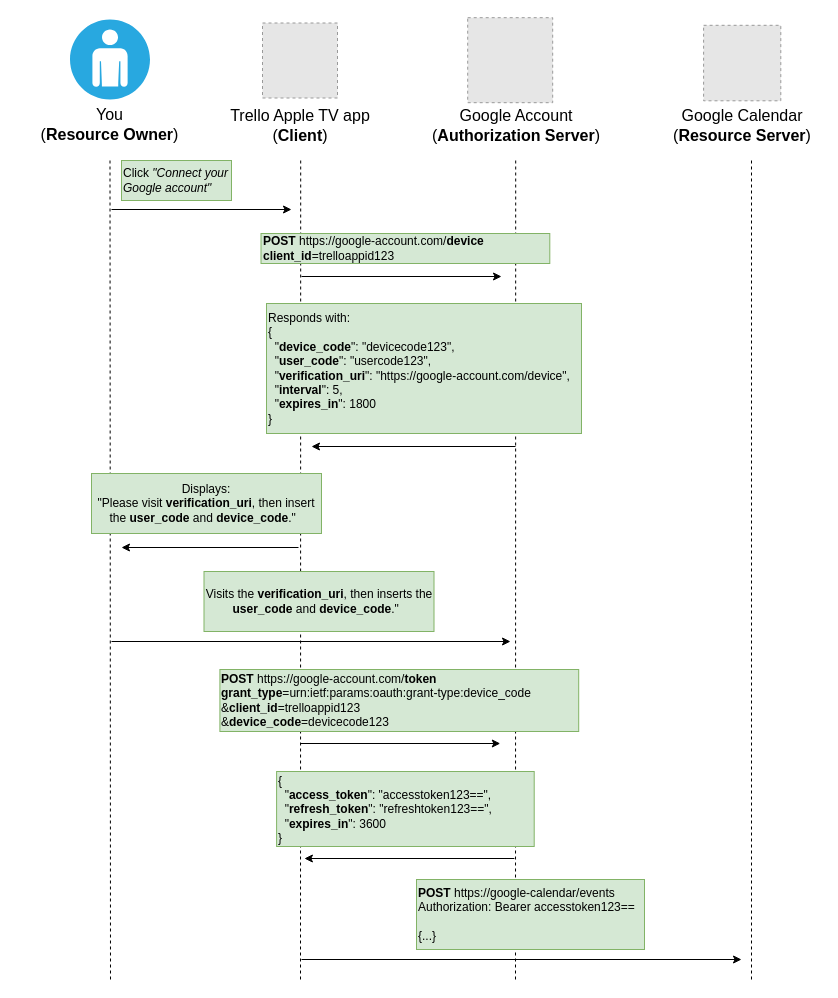
Above: page "Device authorization" (6 of 12) of notes/oauth2-and-openid-connect/diagrams/oauth2.drawio in labarilem/notes (draw.io), before the change. Source tidied: cells renumbered, new cells numbered last; positions are measured from the earlier drawing's top-left corner, leaving out a move shared by most shapes. Both pictures are drawn from the tidied source at 100%, with x=0, y=0 at pixel (17, 17). Pictures stored in the file or linked from it are replaced by grey dashed boxes.
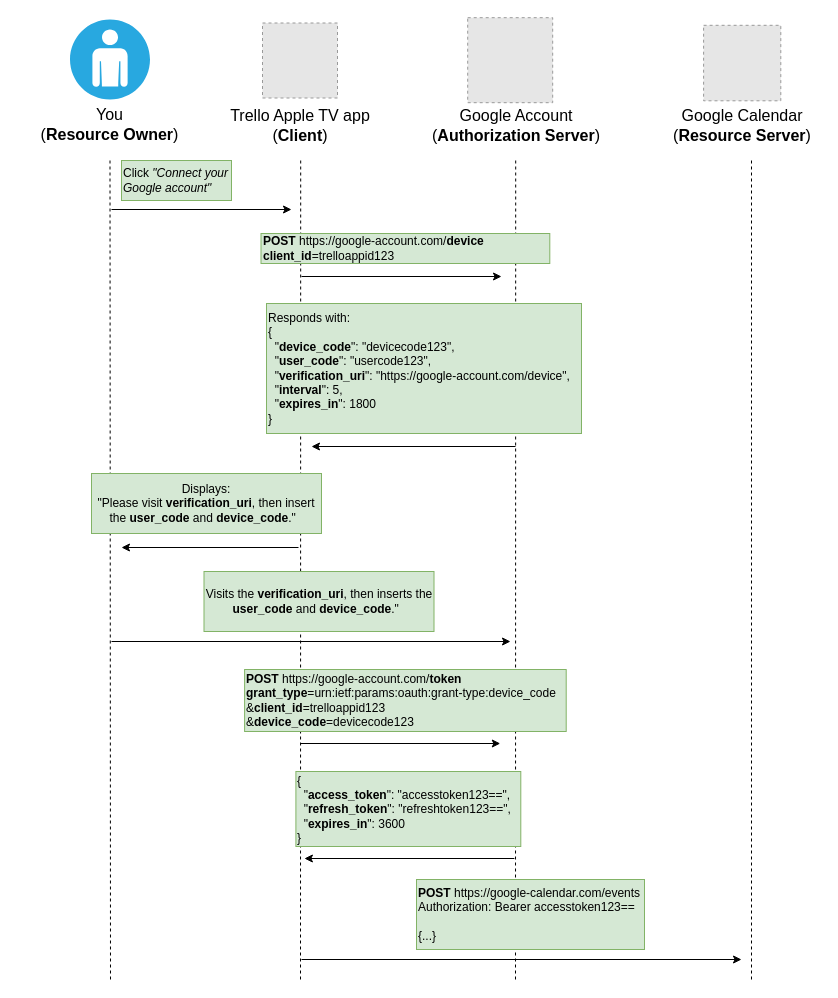
The same diagram, later.

The edit, as a diff of the source:
```diff
@@
     <mxCell id="22" value="&lt;div&gt;&lt;div style=&quot;white-space: normal&quot;&gt;&lt;b&gt;POST&lt;/b&gt;&amp;nbsp;https://google-account.com/&lt;b&gt;token&lt;/b&gt;&lt;/div&gt;&lt;div&gt;&lt;b style=&quot;white-space: normal&quot;&gt;grant_type&lt;/b&gt;&lt;span style=&quot;white-space: normal&quot;&gt;=&lt;/span&gt;&lt;span&gt;urn:ietf:params:oauth:grant-type:device_code&lt;/span&gt;&lt;br&gt;&lt;/div&gt;&lt;div style=&quot;white-space: normal&quot;&gt;&lt;span&gt;&amp;amp;&lt;/span&gt;&lt;b&gt;client_id&lt;/b&gt;&lt;span&gt;=trelloappid123&lt;/span&gt;&lt;br&gt;&lt;/div&gt;&lt;div style=&quot;white-space: normal&quot;&gt;&amp;amp;&lt;b&gt;device_code&lt;/b&gt;=&lt;span&gt;devicecode123&lt;/span&gt;&lt;br&gt;&lt;/div&gt;&lt;/div&gt;" style="rounded=0;whiteSpace=wrap;html=1;align=left;labelBackgroundColor=none;fillColor=#d5e8d4;strokeColor=#82b366;" parent="1" vertex="1">
-      <mxGeometry x="202.4" y="652" width="358.8" height="62" as="geometry" />
+      <mxGeometry x="227.1" y="652" width="321.6" height="62" as="geometry" />
     </mxCell>
@@
     <mxCell id="24" value="&lt;div style=&quot;white-space: normal&quot;&gt;&lt;div&gt;{&lt;/div&gt;&lt;div&gt;&amp;nbsp; &quot;&lt;b&gt;access_token&lt;/b&gt;&quot;: &quot;accesstoken123==&quot;,&lt;/div&gt;&lt;div&gt;&amp;nbsp; &quot;&lt;b&gt;refresh_token&lt;/b&gt;&quot;: &quot;refreshtoken123==&quot;,&lt;/div&gt;&lt;div&gt;&lt;span&gt;&amp;nbsp; &quot;&lt;/span&gt;&lt;b&gt;expires_in&lt;/b&gt;&lt;span&gt;&quot;: 3600&lt;/span&gt;&lt;br&gt;&lt;/div&gt;&lt;div&gt;}&lt;/div&gt;&lt;/div&gt;" style="rounded=0;whiteSpace=wrap;html=1;align=left;labelBackgroundColor=none;fillColor=#d5e8d4;strokeColor=#82b366;" parent="1" vertex="1">
-      <mxGeometry x="259.1" y="754" width="257.6" height="75" as="geometry" />
+      <mxGeometry x="278.4" y="754" width="224.9" height="75" as="geometry" />
     </mxCell>
@@
-    <mxCell id="26" value="&lt;b&gt;POST&lt;/b&gt; https://google-calendar/events&lt;br&gt;&lt;div&gt;&lt;span&gt;Authorization: Bearer accesstoken123==&lt;/span&gt;&lt;/div&gt;&lt;div&gt;&lt;span&gt;&lt;br&gt;&lt;/span&gt;&lt;/div&gt;&lt;div&gt;&lt;span&gt;{...}&lt;/span&gt;&lt;/div&gt;" style="rounded=0;whiteSpace=wrap;html=1;labelBackgroundColor=none;align=left;fillColor=#d5e8d4;strokeColor=#82b366;" parent="1" vertex="1">
+    <mxCell id="26" value="&lt;b&gt;POST&lt;/b&gt; https://google-calendar.com/events&lt;br&gt;&lt;div&gt;&lt;span&gt;Authorization: Bearer accesstoken123==&lt;/span&gt;&lt;/div&gt;&lt;div&gt;&lt;span&gt;&lt;br&gt;&lt;/span&gt;&lt;/div&gt;&lt;div&gt;&lt;span&gt;{...}&lt;/span&gt;&lt;/div&gt;" style="rounded=0;whiteSpace=wrap;html=1;labelBackgroundColor=none;align=left;fillColor=#d5e8d4;strokeColor=#82b366;" parent="1" vertex="1">
       <mxGeometry x="399" y="862" width="228" height="70" as="geometry" />
     </mxCell>
```
